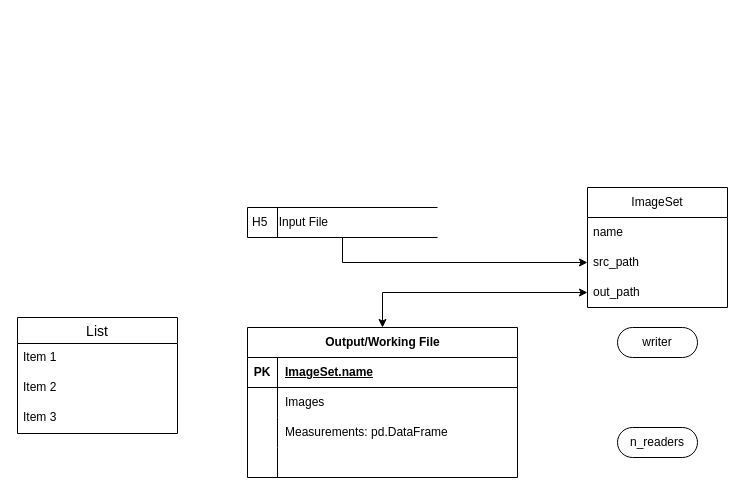
This is page "ImageSet Mechanics" (5 of 6) of docs/diagrams/Phenotypic-Diagrams.drawio from exfab/PhenoTypic, a draw.io file, before an edit. Source tidied: cells renumbered, new cells numbered last; positions are measured from the earlier drawing's top-left corner, leaving out a move shared by most shapes. Both pictures are drawn from the tidied source at 100%, with x=0, y=0 at pixel (17, 187).
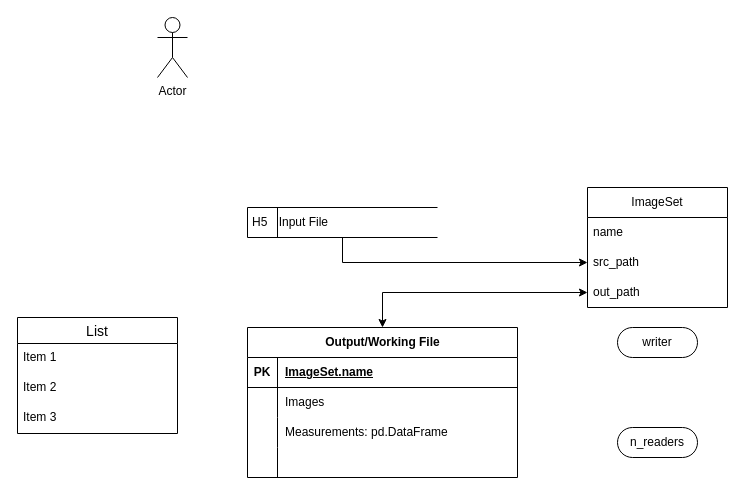
The same diagram, later.

The edit, as a diff of the source:
```diff
@@
+    <mxCell id="28" value="Actor" style="shape=umlActor;verticalLabelPosition=bottom;verticalAlign=top;html=1;" parent="1" vertex="1">
+      <mxGeometry x="140" y="-170" width="30" height="60" as="geometry" />
+    </mxCell>
```
